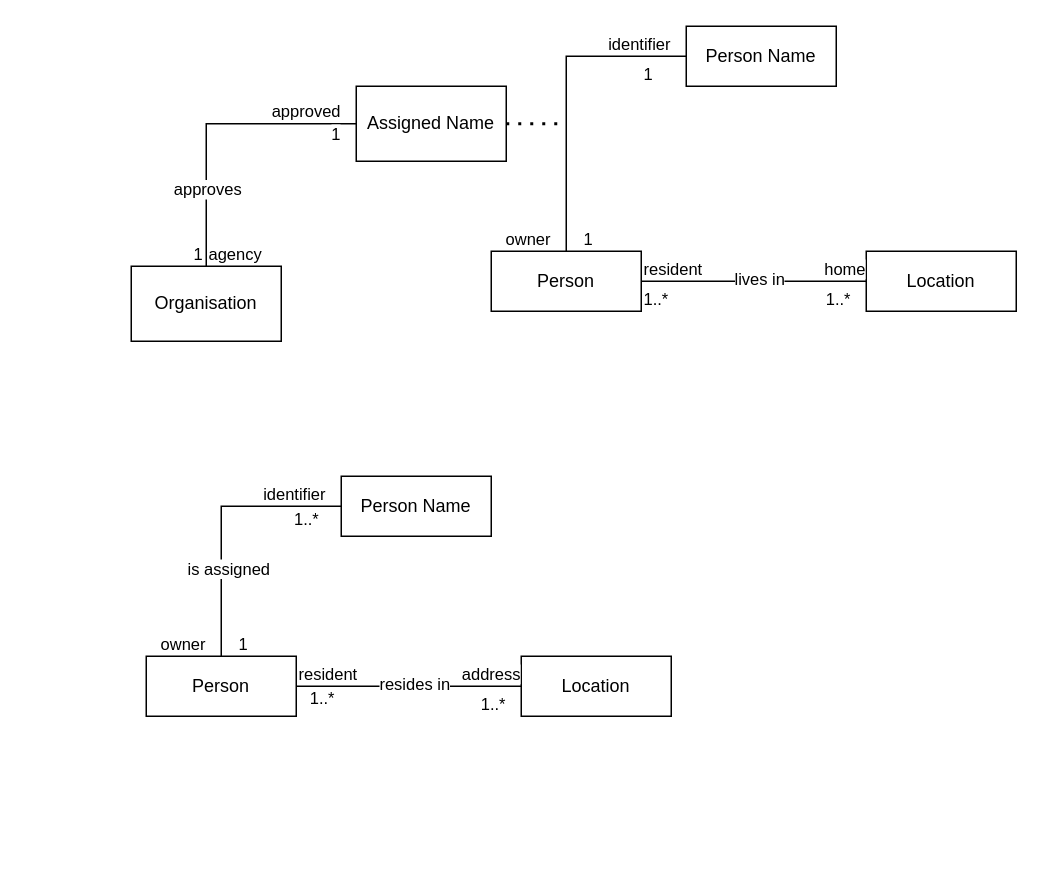
paulwizviz/learn-microservices keeps this draw.io diagram as page "Person Profile" (1 of 3) of assets/data-models.drawio. Above is the earlier version. Source tidied: cells renumbered, new cells numbered last; positions are measured from the earlier drawing's top-left corner, leaving out a move shared by most shapes. Both pictures are drawn from the tidied source at 150%, with x=0, y=0 at pixel (130, 26).
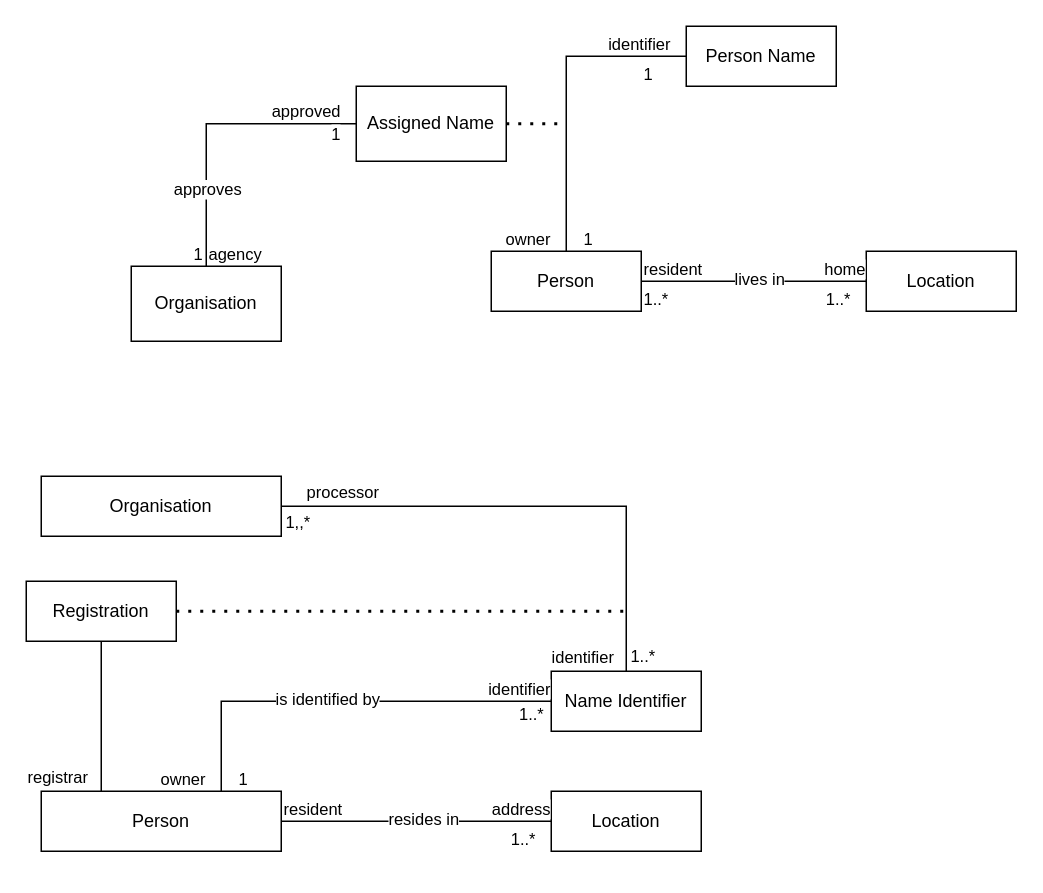
The same diagram, later.

Diff of the diagram source:
```diff
@@
     <mxCell id="25" value="Person" style="whiteSpace=wrap;html=1;align=center;" parent="1" vertex="1">
-      <mxGeometry x="10" y="420" width="100" height="40" as="geometry" />
+      <mxGeometry x="-60" y="510" width="160" height="40" as="geometry" />
     </mxCell>
-    <mxCell id="26" value="Person Name" style="whiteSpace=wrap;html=1;align=center;" parent="1" vertex="1">
-      <mxGeometry x="140" y="300" width="100" height="40" as="geometry" />
+    <mxCell id="26" value="Name Identifier" style="whiteSpace=wrap;html=1;align=center;" parent="1" vertex="1">
+      <mxGeometry x="280" y="430" width="100" height="40" as="geometry" />
     </mxCell>
-    <mxCell id="27" style="endArrow=none;html=1;edgeStyle=orthogonalEdgeStyle;rounded=0;exitX=0.5;exitY=0;exitDx=0;exitDy=0;entryX=0;entryY=0.5;entryDx=0;entryDy=0;" parent="1" edge="1" source="25" target="26">
+    <mxCell id="27" style="endArrow=none;html=1;edgeStyle=orthogonalEdgeStyle;rounded=0;exitX=0.75;exitY=0;exitDx=0;exitDy=0;entryX=0;entryY=0.5;entryDx=0;entryDy=0;" parent="1" edge="1" source="25" target="26">
       <mxGeometry relative="1" as="geometry" />
     </mxCell>
@@
     <mxCell id="29" value="identifier" style="edgeLabel;html=1;align=right;verticalAlign=bottom;" parent="27" vertex="1">
-      <mxGeometry x="1" relative="1" as="geometry">
-        <mxPoint x="-10" as="offset" />
-      </mxGeometry>
+      <mxGeometry x="1" relative="1" as="geometry" />
     </mxCell>
-    <mxCell id="30" value="is assigned" style="edgeLabel;html=1;align=center;verticalAlign=middle;" parent="27" vertex="1">
-      <mxGeometry x="-0.34" y="-4" relative="1" as="geometry" />
+    <mxCell id="30" value="is identified by" style="edgeLabel;html=1;align=center;verticalAlign=middle;" parent="27" vertex="1">
+      <mxGeometry x="-0.34" y="-4" relative="1" as="geometry">
+        <mxPoint x="38" y="-6" as="offset" />
+      </mxGeometry>
     </mxCell>
     <mxCell id="31" value="1..*" style="edgeLabel;html=1;align=left;verticalAlign=bottom;" parent="1" vertex="1">
-      <mxGeometry x="80" y="430" as="geometry">
+      <mxGeometry x="230" y="560" as="geometry">
         <mxPoint x="27" y="-93" as="offset" />
       </mxGeometry>
     </mxCell>
     <mxCell id="32" value="owner" style="edgeLabel;html=1;align=right;verticalAlign=bottom;" parent="1" vertex="1">
-      <mxGeometry x="50" y="420" as="geometry" />
+      <mxGeometry x="50" y="510" as="geometry" />
     </mxCell>
     <mxCell id="33" value="Location" style="whiteSpace=wrap;html=1;align=center;" parent="1" vertex="1">
-      <mxGeometry x="260" y="420" width="100" height="40" as="geometry" />
+      <mxGeometry x="280" y="510" width="100" height="40" as="geometry" />
     </mxCell>
@@
     <mxCell id="38" value="1..*" style="edgeLabel;html=1;align=right;verticalAlign=bottom;" parent="1" vertex="1">
-      <mxGeometry x="250" y="460" as="geometry" />
+      <mxGeometry x="270" y="550" as="geometry" />
     </mxCell>
+    <mxCell id="40" value="Organisation" style="whiteSpace=wrap;html=1;align=center;" parent="1" vertex="1">
+      <mxGeometry x="-60" y="300" width="160" height="40" as="geometry" />
+    </mxCell>
+    <mxCell id="41" style="endArrow=none;html=1;rounded=0;entryX=0.5;entryY=0;entryDx=0;entryDy=0;exitX=1;exitY=0.5;exitDx=0;exitDy=0;" parent="1" edge="1" source="40" target="26">
+      <mxGeometry relative="1" as="geometry">
+        <Array as="points">
+          <mxPoint x="330" y="320" />
+        </Array>
+      </mxGeometry>
+    </mxCell>
-    <mxCell id="39" value="1..*" style="edgeLabel;html=1;align=right;verticalAlign=bottom;" parent="1" vertex="1">
-      <mxGeometry x="500" y="200" as="geometry">
-        <mxPoint x="-364" y="256" as="offset" />
+    <mxCell id="39" value="1..*" style="edgeLabel;html=1;align=center;verticalAlign=middle;" parent="41" vertex="1">
+      <mxGeometry x="0.76" relative="1" as="geometry">
+        <mxPoint x="10" y="30" as="offset" />
       </mxGeometry>
     </mxCell>
+    <mxCell id="42" value="identifier" style="edgeLabel;html=1;align=center;verticalAlign=middle;" parent="41" vertex="1">
+      <mxGeometry x="0.57" y="1" relative="1" as="geometry">
+        <mxPoint x="-31" y="63" as="offset" />
+      </mxGeometry>
+    </mxCell>
+    <mxCell id="43" value="processor" style="edgeLabel;html=1;align=center;verticalAlign=middle;" parent="41" vertex="1">
+      <mxGeometry x="-0.71" y="2" relative="1" as="geometry">
+        <mxPoint x="-9" y="-8" as="offset" />
+      </mxGeometry>
+    </mxCell>
+    <mxCell id="44" value="1,,*" style="edgeLabel;html=1;align=center;verticalAlign=middle;" parent="41" vertex="1">
+      <mxGeometry x="-0.1" y="-1" relative="1" as="geometry">
+        <mxPoint x="-143" y="9" as="offset" />
+      </mxGeometry>
+    </mxCell>
+    <mxCell id="45" value="Registration" style="whiteSpace=wrap;html=1;align=center;" parent="1" vertex="1">
+      <mxGeometry x="-70" y="370" width="100" height="40" as="geometry" />
+    </mxCell>
+    <mxCell id="46" style="endArrow=none;html=1;rounded=0;exitX=0.25;exitY=0;exitDx=0;exitDy=0;entryX=0.5;entryY=1;entryDx=0;entryDy=0;" parent="1" edge="1" source="25" target="45">
+      <mxGeometry relative="1" as="geometry" />
+    </mxCell>
+    <mxCell id="47" value="registrar" style="edgeLabel;html=1;align=center;verticalAlign=middle;" parent="46" vertex="1">
+      <mxGeometry x="0.12" relative="1" as="geometry">
+        <mxPoint x="-30" y="46" as="offset" />
+      </mxGeometry>
+    </mxCell>
+    <mxCell id="48" style="endArrow=none;dashed=1;html=1;dashPattern=1 3;strokeWidth=2;rounded=0;exitX=1;exitY=0.5;exitDx=0;exitDy=0;" parent="1" edge="1" source="45">
+      <mxGeometry relative="1" as="geometry">
+        <mxPoint x="330" y="390" as="targetPoint" />
+      </mxGeometry>
+    </mxCell>
```
